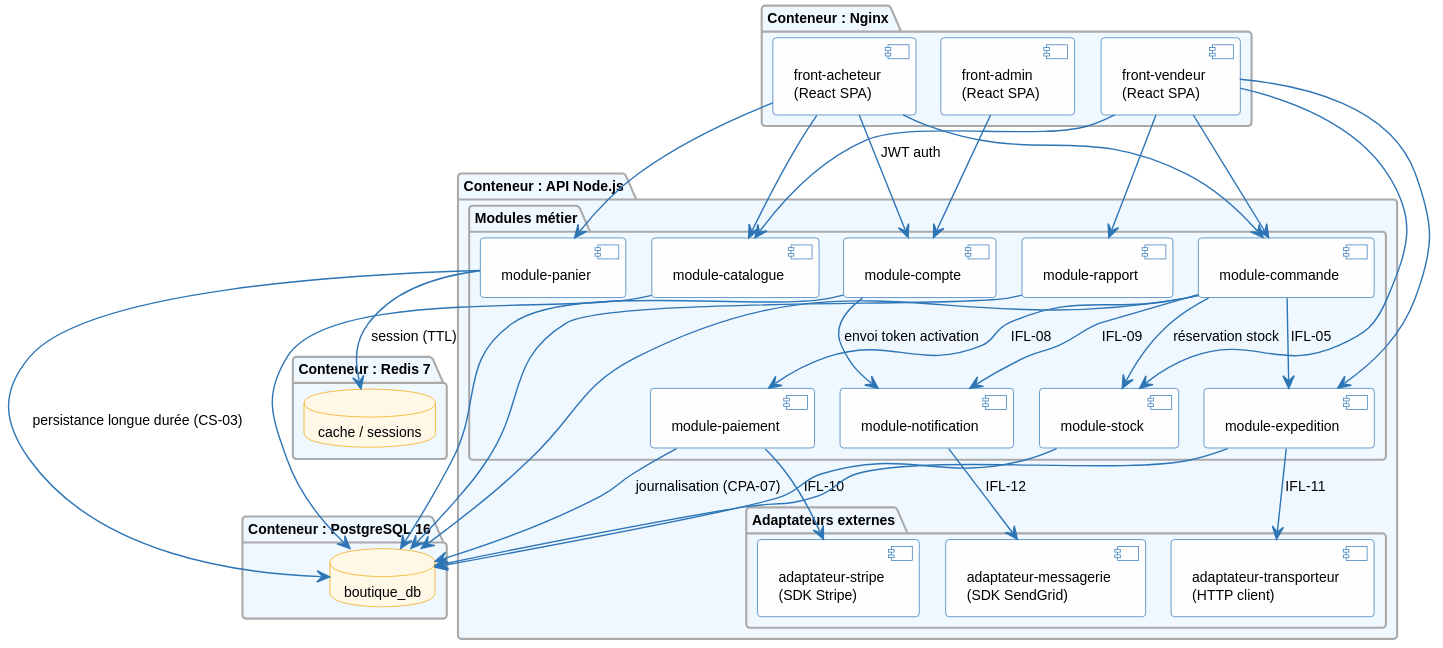
Above: architecture/04-physical-architecture/diagrams/pa-components.svg in louistalvande/online_shop (PlantUML), before the change.
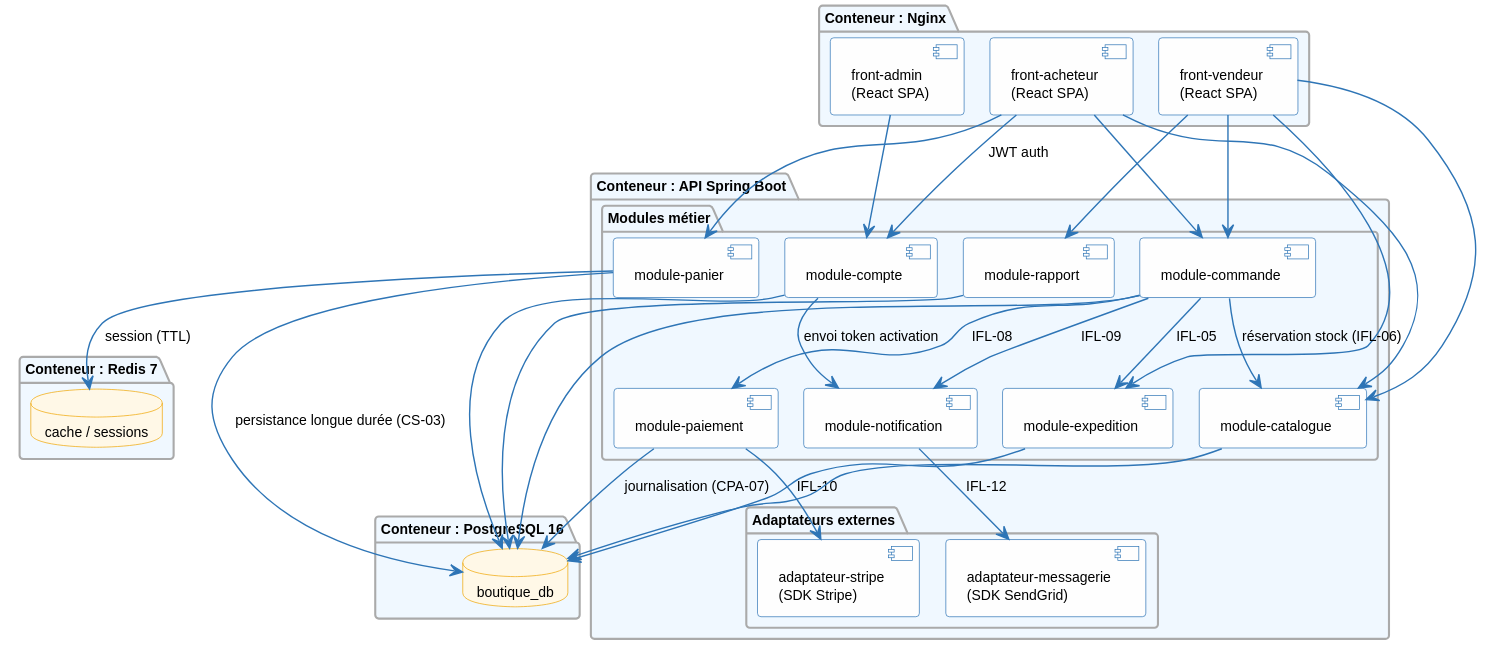
After the change.

What changed in the source:
```diff
@@ -14,11 +14,10 @@
   [front-admin\n(React SPA)] as FrontA
 }
 
-package "Conteneur : API Node.js" {
+package "Conteneur : API Spring Boot" {
   package "Modules métier" {
     [module-compte] as MCompte
     [module-catalogue] as MCatalogue
-    [module-stock] as MStock
     [module-panier] as MPanier
     [module-commande] as MCommande
     [module-paiement] as MPaiement
@@ -28,7 +27,6 @@
   }
   package "Adaptateurs externes" {
     [adaptateur-stripe\n(SDK Stripe)] as AStripe
-    [adaptateur-transporteur\n(HTTP client)] as ACarrier
     [adaptateur-messagerie\n(SDK SendGrid)] as AMail
   }
 }
@@ -46,26 +44,23 @@
 FrontB --> MPanier
 FrontB --> MCommande
 FrontV --> MCatalogue
-FrontV --> MStock
 FrontV --> MCommande
 FrontV --> MExpedition
 FrontV --> MRapport
 FrontA --> MCompte
 
 MCompte --> MNotif : envoi token activation
-MCommande --> MStock : réservation stock
+MCommande --> MCatalogue : réservation stock (IFL-06)
 MCommande --> MPaiement : IFL-08
 MCommande --> MExpedition : IFL-05
 MCommande --> MNotif : IFL-09
 MPaiement --> AStripe : IFL-10
-MExpedition --> ACarrier : IFL-11
 MNotif --> AMail : IFL-12
 
 MPanier --> RedisDB : session (TTL)
 MPanier --> PgDB : persistance longue durée (CS-03)
 MCompte --> PgDB
 MCatalogue --> PgDB
-MStock --> PgDB
 MCommande --> PgDB
 MPaiement --> PgDB : journalisation (CPA-07)
 MExpedition --> PgDB
```
